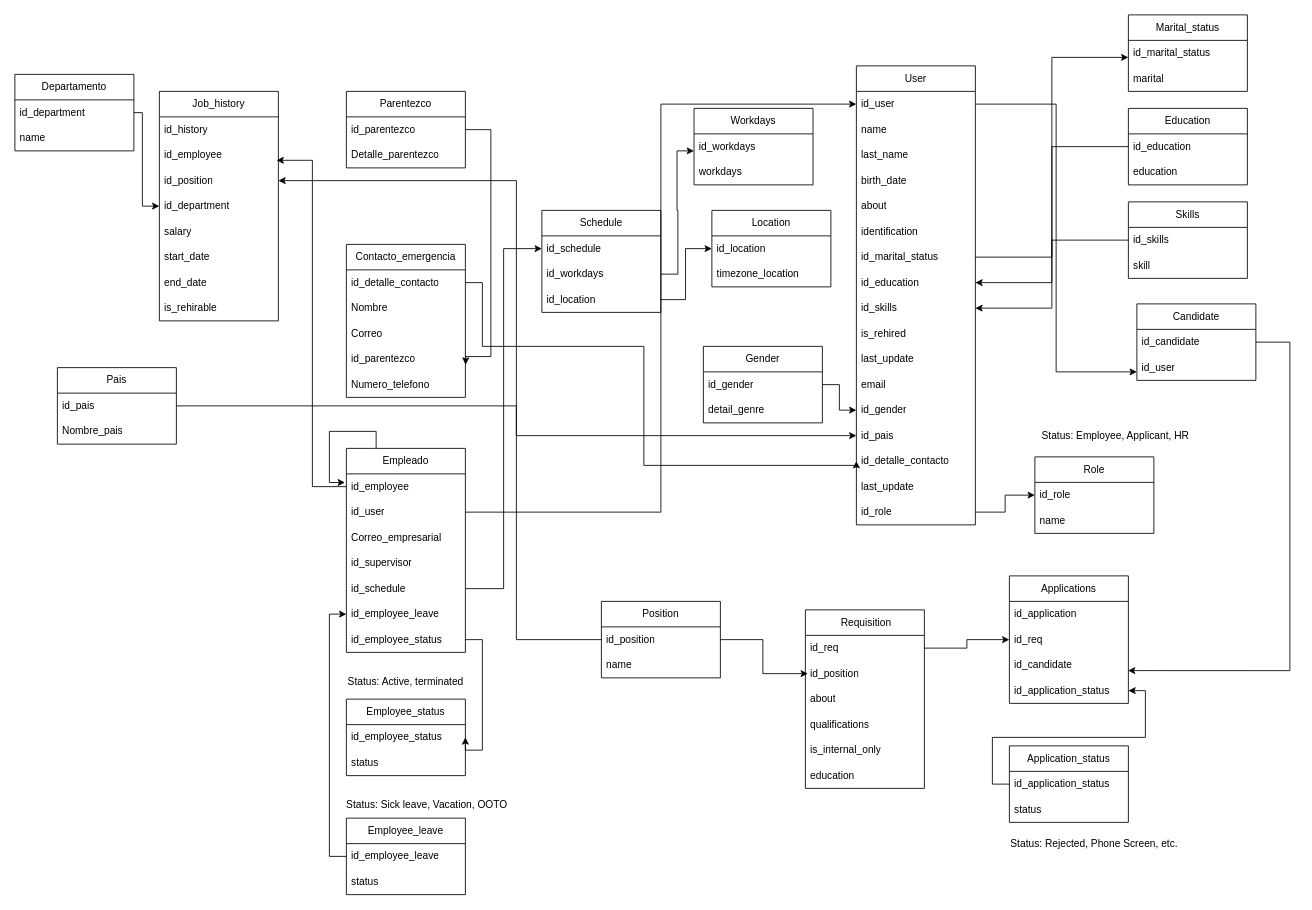
The draw.io diagram HR/HR_diagram.drawio in Warrgonz/SQL-Practices, before the edit. Source tidied: cells renumbered, new cells numbered last; positions are measured from the earlier drawing's top-left corner, leaving out a move shared by most shapes. Both pictures are drawn from the tidied source at 85%, with x=0, y=0 at pixel (14, 14).
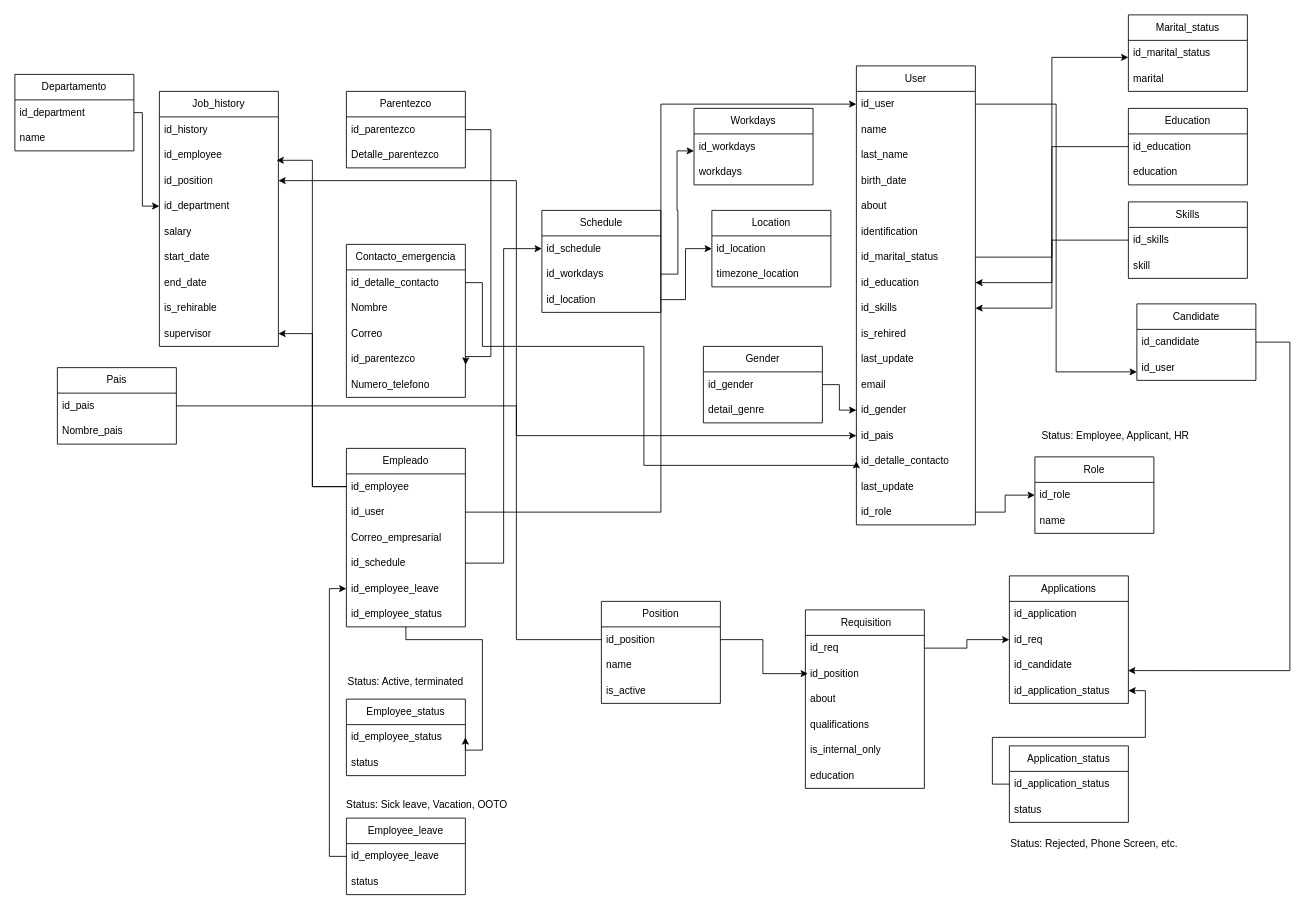
After the change.

Unchanged cells that the change refers to:
```xml
<mxCell id="3" value="id_employee" style="text;strokeColor=none;fillColor=none;align=left;verticalAlign=middle;spacingLeft=4;spacingRight=4;overflow=hidden;points=[[0,0.5],[1,0.5]];portConstraint=eastwest;whiteSpace=wrap;html=1;" parent="2" vertex="1">
  <mxGeometry y="30" width="140" height="30" as="geometry" />
</mxCell>
```

The edit, as a diff of the source:
```diff
@@
     <mxCell id="2" value="Empleado" style="swimlane;fontStyle=0;horizontal=1;startSize=30;whiteSpace=wrap;html=1;" parent="1" vertex="1">
-      <mxGeometry x="390" y="510" width="140" height="240" as="geometry" />
+      <mxGeometry x="390" y="510" width="140" height="210" as="geometry" />
     </mxCell>
@@
-    <mxCell id="6" value="id_supervisor" style="text;strokeColor=none;fillColor=none;align=left;verticalAlign=middle;spacingLeft=4;spacingRight=4;overflow=hidden;whiteSpace=wrap;html=1;" parent="2" vertex="1">
-      <mxGeometry y="120" width="140" height="30" as="geometry" />
-    </mxCell>
-    <mxCell id="7" style="edgeStyle=orthogonalEdgeStyle;rounded=0;jettySize=auto;html=1;exitX=0.25;exitY=0;exitDx=0;exitDy=0;entryX=-0.012;entryY=0.339;entryDx=0;entryDy=0;entryPerimeter=0;" parent="2" edge="1" source="2" target="3">
-      <mxGeometry relative="1" as="geometry" />
-    </mxCell>
     <mxCell id="8" value="id_schedule" style="text;strokeColor=none;fillColor=none;align=left;verticalAlign=middle;spacingLeft=4;spacingRight=4;overflow=hidden;points=[[0,0.5],[1,0.5]];portConstraint=eastwest;whiteSpace=wrap;html=1;" parent="2" vertex="1">
-      <mxGeometry y="150" width="140" height="30" as="geometry" />
+      <mxGeometry y="120" width="140" height="30" as="geometry" />
     </mxCell>
     <mxCell id="9" value="id_e&lt;span style=&quot;text-align: center;&quot;&gt;mployee_leave&lt;/span&gt;" style="text;strokeColor=none;fillColor=none;align=left;verticalAlign=middle;spacingLeft=4;spacingRight=4;overflow=hidden;points=[[0,0.5],[1,0.5]];portConstraint=eastwest;whiteSpace=wrap;html=1;" parent="2" vertex="1">
-      <mxGeometry y="180" width="140" height="30" as="geometry" />
+      <mxGeometry y="150" width="140" height="30" as="geometry" />
     </mxCell>
     <mxCell id="10" value="id_e&lt;span style=&quot;text-align: center;&quot;&gt;mployee_status&lt;/span&gt;" style="text;strokeColor=none;fillColor=none;align=left;verticalAlign=middle;spacingLeft=4;spacingRight=4;overflow=hidden;points=[[0,0.5],[1,0.5]];portConstraint=eastwest;whiteSpace=wrap;html=1;" parent="2" vertex="1">
-      <mxGeometry y="210" width="140" height="30" as="geometry" />
+      <mxGeometry y="180" width="140" height="30" as="geometry" />
     </mxCell>
@@
     <mxCell id="31" value="Position" style="swimlane;fontStyle=0;horizontal=1;startSize=30;whiteSpace=wrap;html=1;" parent="1" vertex="1">
-      <mxGeometry x="690" y="690" width="140" height="90" as="geometry" />
+      <mxGeometry x="690" y="690" width="140" height="120" as="geometry" />
     </mxCell>
@@
+    <mxCell id="131" value="is_active" style="text;strokeColor=none;fillColor=none;align=left;verticalAlign=middle;spacingLeft=4;spacingRight=4;overflow=hidden;whiteSpace=wrap;html=1;" parent="31" vertex="1">
+      <mxGeometry y="90" width="140" height="30" as="geometry" />
+    </mxCell>
@@
     <mxCell id="52" value="Job_history" style="swimlane;fontStyle=0;horizontal=1;startSize=30;whiteSpace=wrap;html=1;" parent="1" vertex="1">
-      <mxGeometry x="170" y="90" width="140" height="270" as="geometry" />
+      <mxGeometry x="170" y="90" width="140" height="300" as="geometry" />
     </mxCell>
@@
+    <mxCell id="132" value="supervisor" style="text;strokeColor=none;fillColor=none;align=left;verticalAlign=middle;spacingLeft=4;spacingRight=4;overflow=hidden;points=[[0,0.5],[1,0.5]];portConstraint=eastwest;whiteSpace=wrap;html=1;" parent="52" vertex="1">
+      <mxGeometry y="270" width="140" height="30" as="geometry" />
+    </mxCell>
@@
+    <mxCell id="133" style="edgeStyle=orthogonalEdgeStyle;rounded=0;jettySize=auto;html=1;entryX=1;entryY=0.5;entryDx=0;entryDy=0;" parent="1" edge="1" source="3" target="132">
+      <mxGeometry relative="1" as="geometry" />
+    </mxCell>
```
